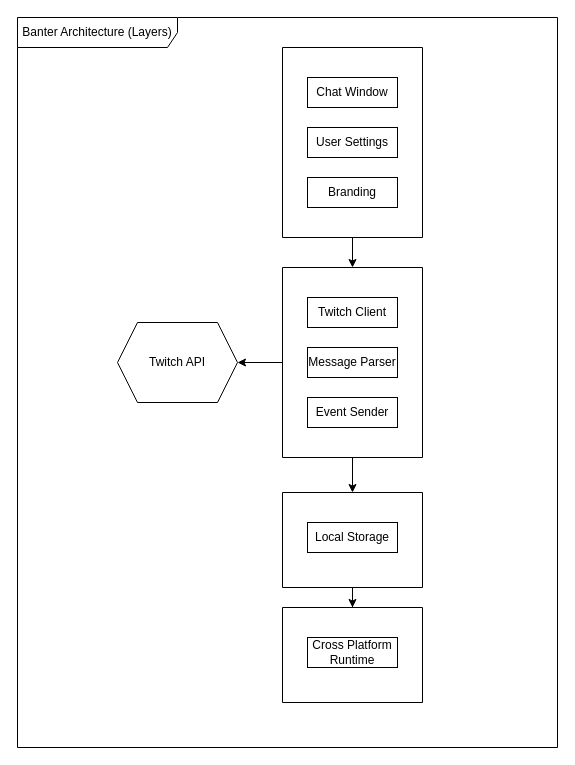
This is Banter-Arch.drawio from bandistack/Banter, a draw.io file, before an edit. Source tidied: cells renumbered, new cells numbered last; positions are measured from the earlier drawing's top-left corner, leaving out a move shared by most shapes. Both pictures are drawn from the tidied source at 100%, with x=0, y=0 at pixel (17, 17).
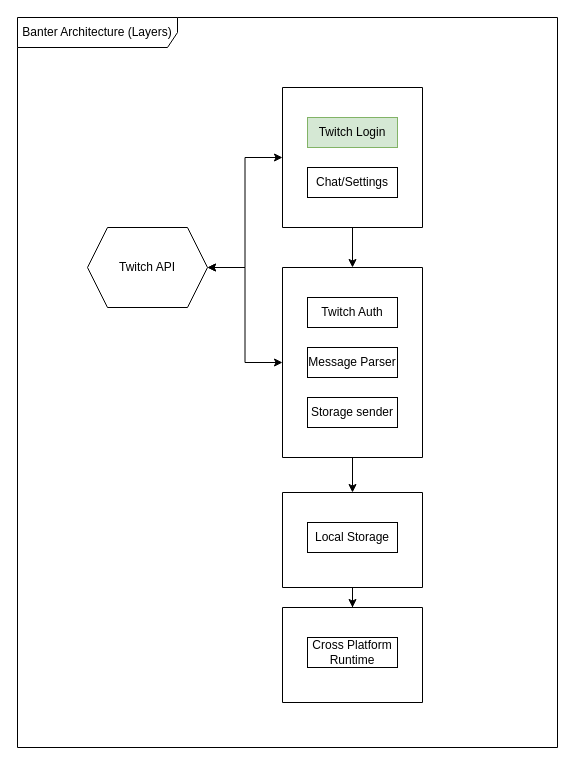
The same diagram, later.

What changed in the source:
```diff
@@
 <mxGraphModel>
   <root>
     <mxCell id="0" />
     <mxCell id="1" parent="0" />
     <mxCell id="2" value="Banter Architecture (Layers)" style="shape=umlFrame;whiteSpace=wrap;html=1;width=160;" parent="1" vertex="1">
       <mxGeometry width="540" height="730" as="geometry" />
     </mxCell>
     <mxCell id="3" style="edgeStyle=orthogonalEdgeStyle;rounded=0;jettySize=auto;html=1;exitX=0.5;exitY=1;exitDx=0;exitDy=0;" parent="2" edge="1" source="4" target="10">
       <mxGeometry relative="1" as="geometry" />
     </mxCell>
+    <mxCell id="20" style="edgeStyle=orthogonalEdgeStyle;rounded=0;jettySize=auto;html=1;exitX=0;exitY=0.5;exitDx=0;exitDy=0;startArrow=classic;startFill=1;" parent="2" edge="1" source="4" target="17">
+      <mxGeometry relative="1" as="geometry" />
+    </mxCell>
     <mxCell id="4" style="swimlane;startSize=0;" parent="2" vertex="1">
-      <mxGeometry x="265" y="30" width="140" height="190" as="geometry" />
+      <mxGeometry x="265" y="70" width="140" height="140" as="geometry" />
     </mxCell>
-    <mxCell id="5" value="Chat Window" style="rounded=0;whiteSpace=wrap;html=1;" parent="4" vertex="1">
+    <mxCell id="5" value="Twitch Login" style="rounded=0;whiteSpace=wrap;html=1;fillColor=#d5e8d4;strokeColor=#82b366;" parent="4" vertex="1">
       <mxGeometry x="25" y="30" width="90" height="30" as="geometry" />
     </mxCell>
-    <mxCell id="6" value="User Settings" style="rounded=0;whiteSpace=wrap;html=1;" parent="4" vertex="1">
+    <mxCell id="6" value="Chat/Settings" style="rounded=0;whiteSpace=wrap;html=1;" parent="4" vertex="1">
       <mxGeometry x="25" y="80" width="90" height="30" as="geometry" />
     </mxCell>
-    <mxCell id="7" value="Branding" style="rounded=0;whiteSpace=wrap;html=1;" parent="4" vertex="1">
-      <mxGeometry x="25" y="130" width="90" height="30" as="geometry" />
-    </mxCell>
     <mxCell id="8" style="edgeStyle=orthogonalEdgeStyle;rounded=0;jettySize=auto;html=1;exitX=0.5;exitY=1;exitDx=0;exitDy=0;" parent="2" edge="1" source="10" target="15">
       <mxGeometry relative="1" as="geometry" />
     </mxCell>
-    <mxCell id="9" style="edgeStyle=orthogonalEdgeStyle;rounded=0;jettySize=auto;html=1;" parent="2" edge="1" source="10" target="17">
+    <mxCell id="9" style="edgeStyle=orthogonalEdgeStyle;rounded=0;jettySize=auto;html=1;startArrow=classic;startFill=1;" parent="2" edge="1" source="10" target="17">
       <mxGeometry relative="1" as="geometry" />
     </mxCell>
     <mxCell id="10" style="swimlane;startSize=0;" parent="2" vertex="1">
       <mxGeometry x="265" y="250" width="140" height="190" as="geometry" />
     </mxCell>
-    <mxCell id="11" value="Twitch Client" style="rounded=0;whiteSpace=wrap;html=1;" parent="10" vertex="1">
+    <mxCell id="11" value="Twitch Auth" style="rounded=0;whiteSpace=wrap;html=1;" parent="10" vertex="1">
       <mxGeometry x="25" y="30" width="90" height="30" as="geometry" />
     </mxCell>
     <mxCell id="12" value="Message Parser" style="rounded=0;whiteSpace=wrap;html=1;" parent="10" vertex="1">
       <mxGeometry x="25" y="80" width="90" height="30" as="geometry" />
     </mxCell>
-    <mxCell id="13" value="Event Sender" style="rounded=0;whiteSpace=wrap;html=1;" parent="10" vertex="1">
+    <mxCell id="13" value="Storage sender" style="rounded=0;whiteSpace=wrap;html=1;" parent="10" vertex="1">
       <mxGeometry x="25" y="130" width="90" height="30" as="geometry" />
     </mxCell>
     <mxCell id="14" style="edgeStyle=orthogonalEdgeStyle;rounded=0;jettySize=auto;html=1;entryX=0.5;entryY=0;entryDx=0;entryDy=0;" parent="2" edge="1" source="15" target="18">
       <mxGeometry relative="1" as="geometry" />
     </mxCell>
     <mxCell id="15" style="swimlane;startSize=0;" parent="2" vertex="1">
       <mxGeometry x="265" y="475" width="140" height="95" as="geometry" />
     </mxCell>
     <mxCell id="16" value="Local Storage" style="rounded=0;whiteSpace=wrap;html=1;" parent="15" vertex="1">
       <mxGeometry x="25" y="30" width="90" height="30" as="geometry" />
     </mxCell>
     <mxCell id="17" value="Twitch API" style="shape=hexagon;perimeter=hexagonPerimeter2;whiteSpace=wrap;html=1;fixedSize=1;" parent="2" vertex="1">
-      <mxGeometry x="100" y="305" width="120" height="80" as="geometry" />
+      <mxGeometry x="70" y="210" width="120" height="80" as="geometry" />
     </mxCell>
     <mxCell id="18" style="swimlane;startSize=0;" parent="2" vertex="1">
       <mxGeometry x="265" y="590" width="140" height="95" as="geometry" />
     </mxCell>
     <mxCell id="19" value="Cross Platform Runtime" style="rounded=0;whiteSpace=wrap;html=1;" parent="18" vertex="1">
       <mxGeometry x="25" y="30" width="90" height="30" as="geometry" />
     </mxCell>
   </root>
 </mxGraphModel>
```
